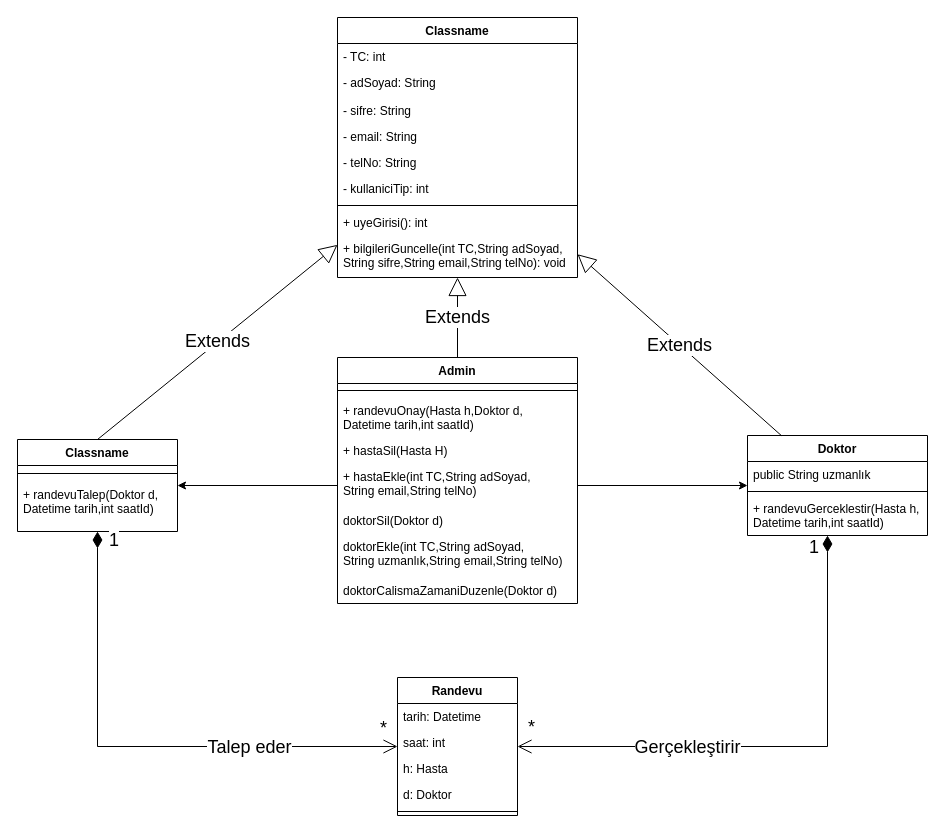
Above: Başlıksız Diyagram.drawio in Muzolas/diagram (draw.io), before the change. Source tidied: cells renumbered, new cells numbered last; positions are measured from the earlier drawing's top-left corner, leaving out a move shared by most shapes. Both pictures are drawn from the tidied source at 100%, with x=0, y=0 at pixel (17, 17).
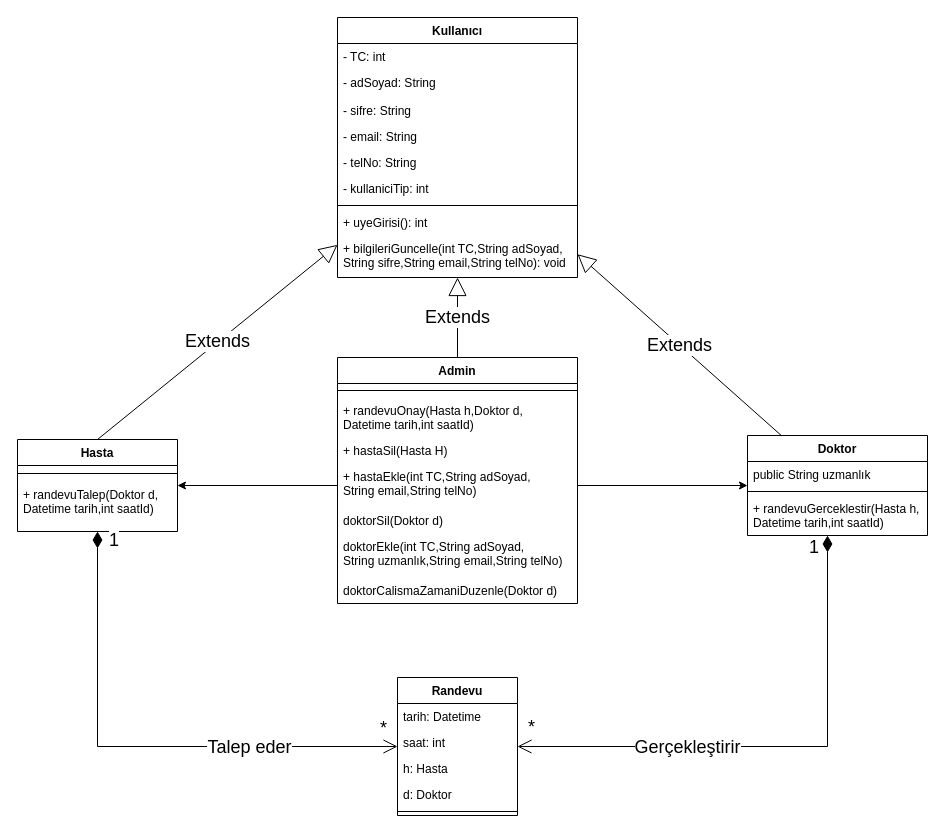
The same page after the edit.

What changed in the source:
```diff
@@
-    <mxCell id="2" value="Classname" style="swimlane;fontStyle=1;align=center;verticalAlign=top;horizontal=1;startSize=26;" parent="1" vertex="1">
+    <mxCell id="2" value="Kullanıcı" style="swimlane;fontStyle=1;align=center;verticalAlign=top;horizontal=1;startSize=26;" parent="1" vertex="1">
       <mxGeometry x="320" width="240" height="260" as="geometry" />
     </mxCell>
@@
-    <mxCell id="20" value="Classname" style="swimlane;fontStyle=1;align=center;verticalAlign=top;horizontal=1;startSize=26;" parent="1" vertex="1">
+    <mxCell id="20" value="Hasta" style="swimlane;fontStyle=1;align=center;verticalAlign=top;horizontal=1;startSize=26;" parent="1" vertex="1">
       <mxGeometry y="422" width="160" height="92" as="geometry" />
     </mxCell>
```
